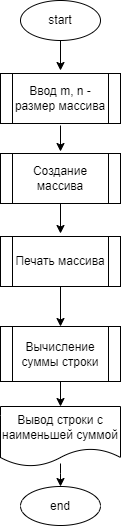
Before: HW7/Ex52/diagram.drawio.png, a diagram exported from draw.io (SboevaTatiana/HW_1). Source tidied: cells renumbered, new cells last; positions are measured from the earlier drawing's top-left corner, leaving out a move shared by most shapes. Its diagram source:
```xml
<mxGraphModel>
  <root>
    <mxCell id="0" />
    <mxCell id="1" parent="0" />
    <mxCell id="2" style="edgeStyle=orthogonalEdgeStyle;rounded=0;jettySize=auto;html=1;" parent="1" edge="1" source="3">
      <mxGeometry relative="1" as="geometry">
        <mxPoint x="60" y="70" as="targetPoint" />
      </mxGeometry>
    </mxCell>
    <mxCell id="3" value="start" style="ellipse;whiteSpace=wrap;html=1;" parent="1" vertex="1">
      <mxGeometry x="20" width="80" height="40" as="geometry" />
    </mxCell>
    <mxCell id="4" style="edgeStyle=orthogonalEdgeStyle;rounded=0;orthogonalLoop=1;jettySize=auto;html=1;" parent="1" edge="1">
      <mxGeometry relative="1" as="geometry">
        <mxPoint x="60" y="125" as="sourcePoint" />
        <mxPoint x="60" y="151" as="targetPoint" />
      </mxGeometry>
    </mxCell>
    <mxCell id="5" style="edgeStyle=orthogonalEdgeStyle;rounded=0;jettySize=auto;html=1;" parent="1" edge="1" target="6">
      <mxGeometry relative="1" as="geometry">
        <mxPoint x="60" y="463" as="sourcePoint" />
        <Array as="points">
          <mxPoint x="60" y="473" />
          <mxPoint x="60" y="473" />
        </Array>
      </mxGeometry>
    </mxCell>
    <mxCell id="6" value="end" style="ellipse;whiteSpace=wrap;html=1;" parent="1" vertex="1">
      <mxGeometry x="20" y="486" width="80" height="39" as="geometry" />
    </mxCell>
    <mxCell id="7" style="edgeStyle=none;html=1;" parent="1" edge="1" source="8">
      <mxGeometry relative="1" as="geometry">
        <mxPoint x="60" y="406" as="targetPoint" />
      </mxGeometry>
    </mxCell>
    <mxCell id="8" value="Вычисление суммы строки" style="shape=process;whiteSpace=wrap;html=1;backgroundOutline=1;" parent="1" vertex="1">
      <mxGeometry y="326" width="120" height="55" as="geometry" />
    </mxCell>
    <mxCell id="9" value="Ввод m, n - размер массива" style="shape=process;whiteSpace=wrap;html=1;backgroundOutline=1;" parent="1" vertex="1">
      <mxGeometry y="73" width="120" height="50" as="geometry" />
    </mxCell>
    <mxCell id="10" style="edgeStyle=none;html=1;" parent="1" edge="1" source="11">
      <mxGeometry relative="1" as="geometry">
        <mxPoint x="60" y="233" as="targetPoint" />
      </mxGeometry>
    </mxCell>
    <mxCell id="11" value="Создание массива" style="shape=process;whiteSpace=wrap;html=1;backgroundOutline=1;" parent="1" vertex="1">
      <mxGeometry y="153" width="120" height="50" as="geometry" />
    </mxCell>
    <mxCell id="12" style="edgeStyle=none;html=1;" parent="1" edge="1" source="13" target="8">
      <mxGeometry relative="1" as="geometry" />
    </mxCell>
    <mxCell id="13" value="Печать массива" style="shape=process;whiteSpace=wrap;html=1;backgroundOutline=1;" parent="1" vertex="1">
      <mxGeometry y="236" width="120" height="50" as="geometry" />
    </mxCell>
    <mxCell id="14" value="Вывод строки с наименьшей суммой" style="shape=document;whiteSpace=wrap;html=1;boundedLbl=1;" parent="1" vertex="1">
      <mxGeometry y="406" width="120" height="60" as="geometry" />
    </mxCell>
  </root>
</mxGraphModel>
```
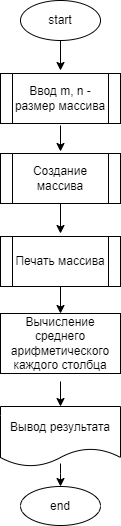
Above is the later version.

What changed in the source:
```diff
@@ -28,14 +28,12 @@
     <mxCell id="6" value="end" style="ellipse;whiteSpace=wrap;html=1;" parent="1" vertex="1">
       <mxGeometry x="20" y="486" width="80" height="39" as="geometry" />
     </mxCell>
-    <mxCell id="7" style="edgeStyle=none;html=1;" parent="1" edge="1" source="8">
+    <mxCell id="7" style="edgeStyle=none;html=1;" parent="1" edge="1">
       <mxGeometry relative="1" as="geometry">
+        <mxPoint x="60" y="381" as="sourcePoint" />
         <mxPoint x="60" y="406" as="targetPoint" />
       </mxGeometry>
     </mxCell>
-    <mxCell id="8" value="Вычисление суммы строки" style="shape=process;whiteSpace=wrap;html=1;backgroundOutline=1;" parent="1" vertex="1">
-      <mxGeometry y="326" width="120" height="55" as="geometry" />
-    </mxCell>
     <mxCell id="9" value="Ввод m, n - размер массива" style="shape=process;whiteSpace=wrap;html=1;backgroundOutline=1;" parent="1" vertex="1">
       <mxGeometry y="73" width="120" height="50" as="geometry" />
     </mxCell>
@@ -47,14 +45,17 @@
     <mxCell id="11" value="Создание массива" style="shape=process;whiteSpace=wrap;html=1;backgroundOutline=1;" parent="1" vertex="1">
       <mxGeometry y="153" width="120" height="50" as="geometry" />
     </mxCell>
-    <mxCell id="12" style="edgeStyle=none;html=1;" parent="1" edge="1" source="13" target="8">
+    <mxCell id="12" style="edgeStyle=none;html=1;entryX=0.5;entryY=0;entryDx=0;entryDy=0;" parent="1" edge="1" source="13" target="15">
       <mxGeometry relative="1" as="geometry" />
     </mxCell>
     <mxCell id="13" value="Печать массива" style="shape=process;whiteSpace=wrap;html=1;backgroundOutline=1;" parent="1" vertex="1">
       <mxGeometry y="236" width="120" height="50" as="geometry" />
     </mxCell>
-    <mxCell id="14" value="Вывод строки с наименьшей суммой" style="shape=document;whiteSpace=wrap;html=1;boundedLbl=1;" parent="1" vertex="1">
+    <mxCell id="14" value="Вывод результата" style="shape=document;whiteSpace=wrap;html=1;boundedLbl=1;" parent="1" vertex="1">
       <mxGeometry y="406" width="120" height="60" as="geometry" />
     </mxCell>
+    <mxCell id="15" value="Вычисление среднего арифметического каждого столбца" style="rounded=0;whiteSpace=wrap;html=1;" parent="1" vertex="1">
+      <mxGeometry y="313" width="120" height="60" as="geometry" />
+    </mxCell>
   </root>
 </mxGraphModel>
```
